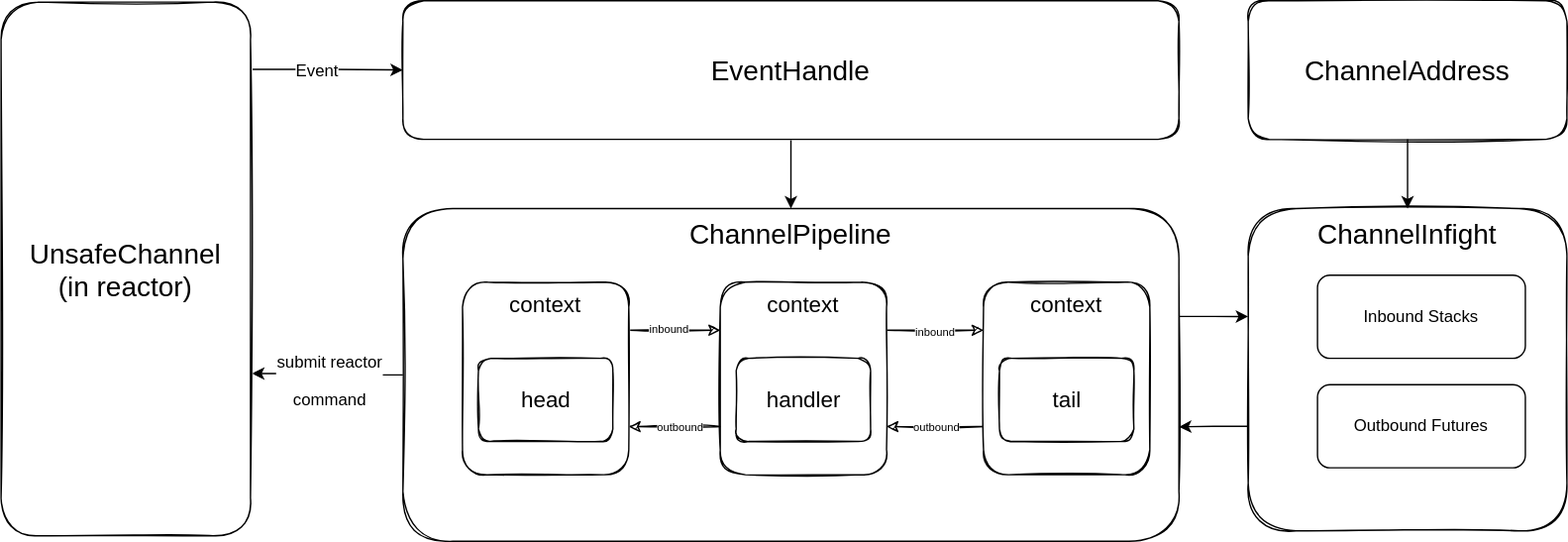
Before: docs/_assets/images/architecture_of_channel.drawio.svg, a diagram exported from draw.io (otavia-projects/otavia). Source tidied: cells renumbered, new cells last; positions are measured from the earlier drawing's top-left corner, leaving out a move shared by most shapes.
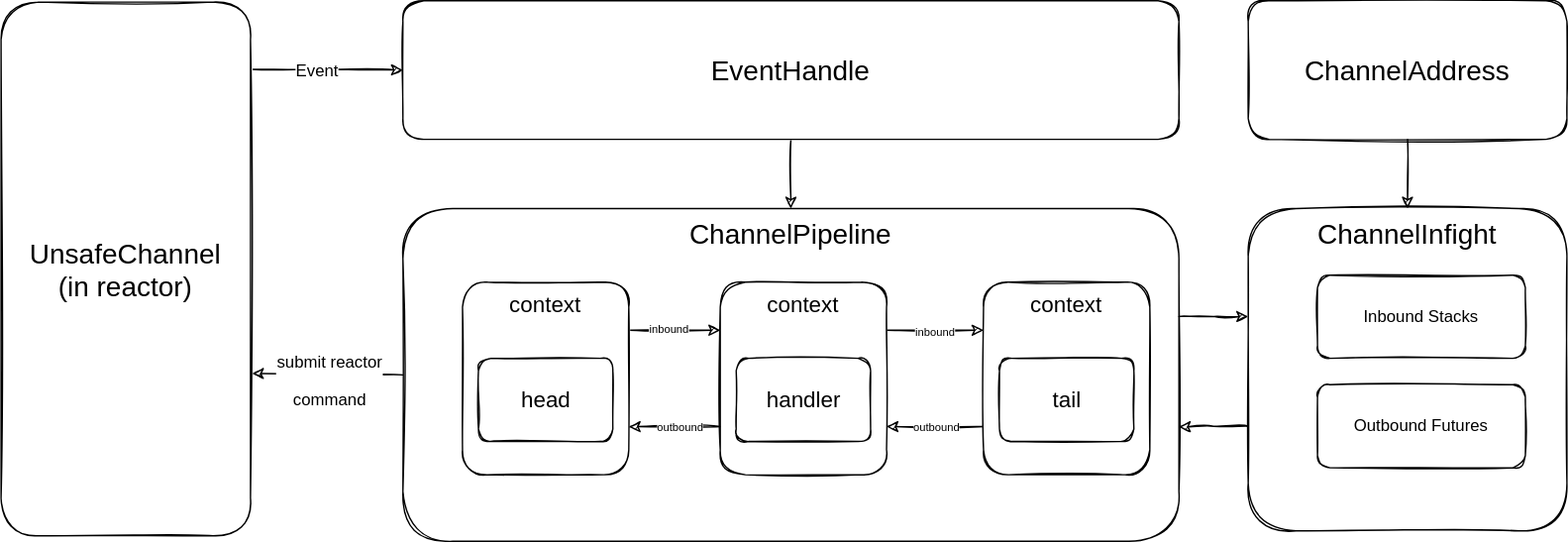
Later version of the same file.

What changed in the source:
```diff
@@ -2,10 +2,10 @@
   <root>
     <mxCell id="0" />
     <mxCell id="1" parent="0" />
-    <mxCell id="2" style="edgeStyle=orthogonalEdgeStyle;rounded=0;jettySize=auto;html=1;entryX=1.006;entryY=0.696;entryDx=0;entryDy=0;fontSize=22;entryPerimeter=0;" parent="1" edge="1" source="4" target="21">
+    <mxCell id="2" style="edgeStyle=orthogonalEdgeStyle;rounded=0;jettySize=auto;html=1;entryX=1.006;entryY=0.696;entryDx=0;entryDy=0;fontSize=22;entryPerimeter=0;sketch=1;" parent="1" edge="1" source="4" target="21">
       <mxGeometry relative="1" as="geometry" />
     </mxCell>
-    <mxCell id="3" value="&lt;font style=&quot;font-size: 12px;&quot;&gt;submit reactor&lt;br&gt;&amp;nbsp;command&amp;nbsp;&lt;/font&gt;" style="edgeLabel;html=1;align=center;verticalAlign=middle;fontSize=22;spacing=2;" parent="2" vertex="1">
+    <mxCell id="3" value="&lt;font style=&quot;font-size: 12px;&quot;&gt;submit reactor&lt;br&gt;&amp;nbsp;command&amp;nbsp;&lt;/font&gt;" style="edgeLabel;html=1;align=center;verticalAlign=middle;fontSize=22;spacing=2;sketch=1;" parent="2" vertex="1">
       <mxGeometry x="-0.28" y="1" relative="1" as="geometry">
         <mxPoint x="-15" y="-1" as="offset" />
       </mxGeometry>
@@ -63,10 +63,10 @@
     <mxCell id="18" value="tail" style="rounded=1;whiteSpace=wrap;html=1;fontSize=16;verticalAlign=middle;sketch=1;" parent="1" vertex="1">
       <mxGeometry x="720.5" y="258" width="97" height="60" as="geometry" />
     </mxCell>
-    <mxCell id="19" style="edgeStyle=orthogonalEdgeStyle;rounded=0;jettySize=auto;html=1;entryX=0;entryY=0.5;entryDx=0;entryDy=0;fontSize=12;exitX=1.002;exitY=0.126;exitDx=0;exitDy=0;exitPerimeter=0;" parent="1" edge="1" source="21" target="24">
+    <mxCell id="19" style="edgeStyle=orthogonalEdgeStyle;rounded=0;jettySize=auto;html=1;entryX=0;entryY=0.5;entryDx=0;entryDy=0;fontSize=12;exitX=1.002;exitY=0.126;exitDx=0;exitDy=0;exitPerimeter=0;sketch=1;" parent="1" edge="1" source="21" target="24">
       <mxGeometry relative="1" as="geometry" />
     </mxCell>
-    <mxCell id="20" value="Event" style="edgeLabel;html=1;align=center;verticalAlign=middle;fontSize=12;" parent="19" vertex="1">
+    <mxCell id="20" value="Event" style="edgeLabel;html=1;align=center;verticalAlign=middle;fontSize=12;sketch=1;" parent="19" vertex="1">
       <mxGeometry x="0.37" y="3" relative="1" as="geometry">
         <mxPoint x="-27" y="3" as="offset" />
       </mxGeometry>
@@ -77,27 +77,27 @@
     <mxCell id="22" value="&lt;font style=&quot;font-size: 20px&quot;&gt;ChannelInfight&lt;/font&gt;" style="rounded=1;whiteSpace=wrap;html=1;verticalAlign=top;sketch=1;" parent="1" vertex="1">
       <mxGeometry x="900" y="150" width="230" height="232.5" as="geometry" />
     </mxCell>
-    <mxCell id="23" style="edgeStyle=orthogonalEdgeStyle;rounded=0;jettySize=auto;html=1;entryX=0.5;entryY=0;entryDx=0;entryDy=0;" parent="1" edge="1" source="24" target="4">
+    <mxCell id="23" style="edgeStyle=orthogonalEdgeStyle;rounded=0;jettySize=auto;html=1;entryX=0.5;entryY=0;entryDx=0;entryDy=0;sketch=1;" parent="1" edge="1" source="24" target="4">
       <mxGeometry relative="1" as="geometry" />
     </mxCell>
     <mxCell id="24" value="&lt;span style=&quot;font-size: 20px;&quot;&gt;EventHandle&lt;/span&gt;" style="rounded=1;whiteSpace=wrap;html=1;verticalAlign=middle;sketch=1;" parent="1" vertex="1">
       <mxGeometry x="290" width="560" height="100" as="geometry" />
     </mxCell>
-    <mxCell id="25" style="edgeStyle=orthogonalEdgeStyle;rounded=0;jettySize=auto;html=1;entryX=1;entryY=0.656;entryDx=0;entryDy=0;fontSize=12;entryPerimeter=0;" parent="1" edge="1" target="4">
+    <mxCell id="25" style="edgeStyle=orthogonalEdgeStyle;rounded=0;jettySize=auto;html=1;entryX=1;entryY=0.656;entryDx=0;entryDy=0;fontSize=12;entryPerimeter=0;sketch=1;" parent="1" edge="1" target="4">
       <mxGeometry relative="1" as="geometry">
         <mxPoint x="900" y="307" as="sourcePoint" />
       </mxGeometry>
     </mxCell>
-    <mxCell id="26" value="Outbound Futures" style="rounded=1;whiteSpace=wrap;html=1;fontSize=12;" parent="1" vertex="1">
+    <mxCell id="26" value="Outbound Futures" style="rounded=1;whiteSpace=wrap;html=1;fontSize=12;sketch=1;" parent="1" vertex="1">
       <mxGeometry x="950" y="277" width="150" height="60" as="geometry" />
     </mxCell>
-    <mxCell id="27" value="Inbound Stacks" style="rounded=1;whiteSpace=wrap;html=1;fontSize=12;" parent="1" vertex="1">
+    <mxCell id="27" value="Inbound Stacks" style="rounded=1;whiteSpace=wrap;html=1;fontSize=12;sketch=1;" parent="1" vertex="1">
       <mxGeometry x="950" y="198" width="150" height="60" as="geometry" />
     </mxCell>
-    <mxCell id="28" style="edgeStyle=orthogonalEdgeStyle;rounded=0;jettySize=auto;html=1;fontSize=12;exitX=1;exitY=0.324;exitDx=0;exitDy=0;exitPerimeter=0;entryX=0;entryY=0.335;entryDx=0;entryDy=0;entryPerimeter=0;" parent="1" edge="1" source="4" target="22">
+    <mxCell id="28" style="edgeStyle=orthogonalEdgeStyle;rounded=0;jettySize=auto;html=1;fontSize=12;exitX=1;exitY=0.324;exitDx=0;exitDy=0;exitPerimeter=0;entryX=0;entryY=0.335;entryDx=0;entryDy=0;entryPerimeter=0;sketch=1;" parent="1" edge="1" source="4" target="22">
       <mxGeometry relative="1" as="geometry" />
     </mxCell>
-    <mxCell id="29" style="edgeStyle=orthogonalEdgeStyle;rounded=0;jettySize=auto;html=1;fontSize=12;" parent="1" edge="1" source="30" target="22">
+    <mxCell id="29" style="edgeStyle=orthogonalEdgeStyle;rounded=0;jettySize=auto;html=1;fontSize=12;sketch=1;" parent="1" edge="1" source="30" target="22">
       <mxGeometry relative="1" as="geometry" />
     </mxCell>
     <mxCell id="30" value="&lt;span style=&quot;font-size: 20px;&quot;&gt;ChannelAddress&lt;/span&gt;" style="rounded=1;whiteSpace=wrap;html=1;verticalAlign=middle;sketch=1;" parent="1" vertex="1">
```
